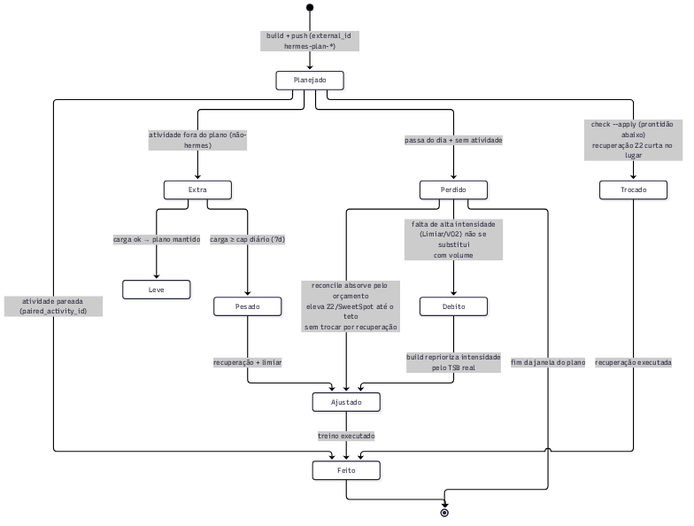
The Mermaid diagram docs/diagramas/estados.png in valdelin/Hermes-coach, before a commit. Its source is kept beside it as docs/diagramas/estados.mmd.
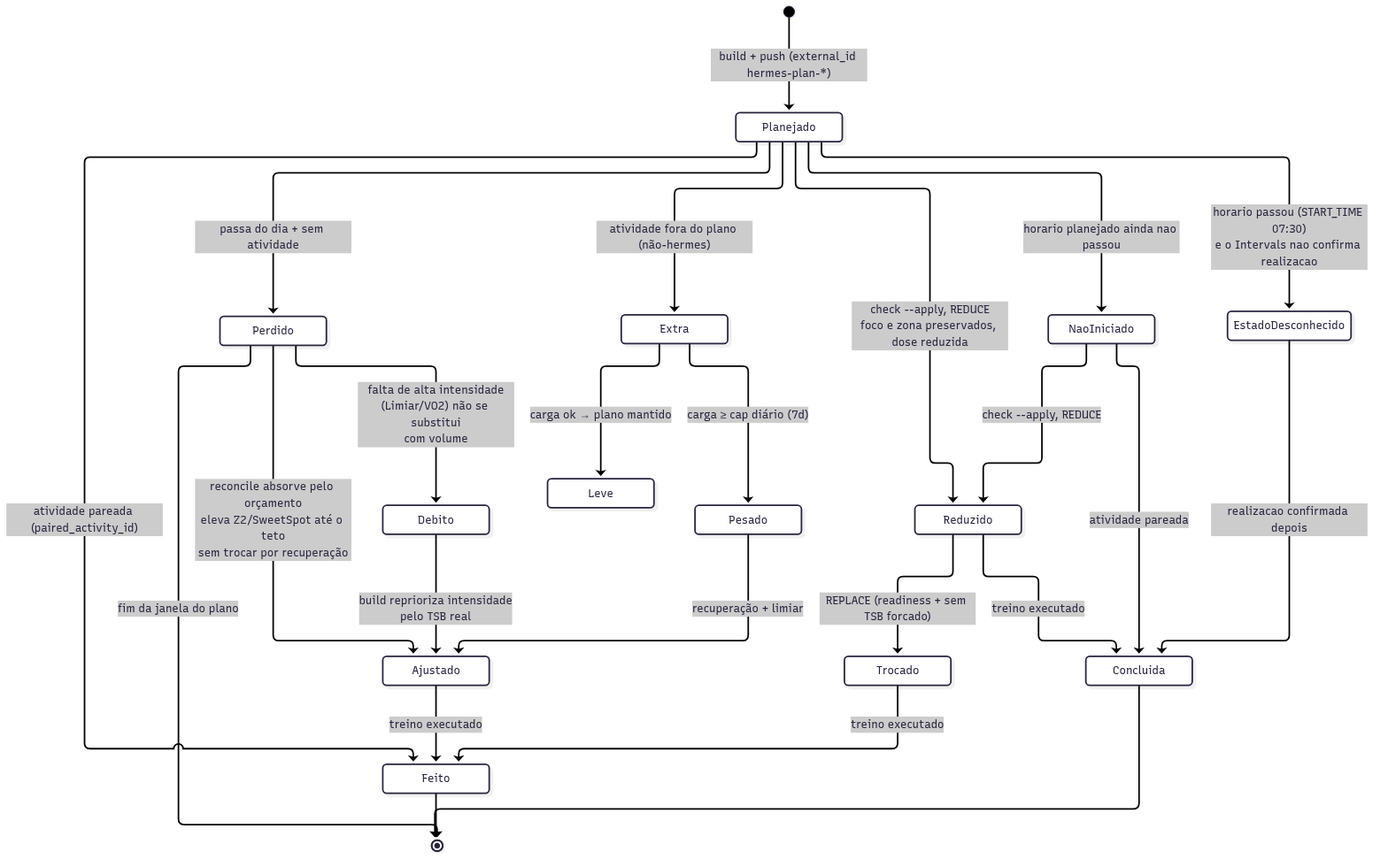
The same file after the commit.

What changed in the source:
```diff
@@ -1,16 +1,32 @@
 stateDiagram-v2
     [*] --> Planejado : build + push (external_id hermes-plan-*)
+
     Planejado --> Feito : atividade pareada (paired_activity_id)
     Planejado --> Perdido : passa do dia + sem atividade
-    Planejado --> Trocado : check --apply (prontidão abaixo)<br/>recuperação Z2 curta no lugar
+
+    Planejado --> NaoIniciado : horario planejado ainda nao passou
+    Planejado --> EstadoDesconhecido : horario passou (START_TIME 07:30)<br/>e o Intervals nao confirma realizacao
+    NaoIniciado --> Concluida : atividade pareada
+    EstadoDesconhecido --> Concluida : realizacao confirmada depois
+
+    Planejado --> Reduzido : check --apply, REDUCE<br/>foco e zona preservados, dose reduzida
+    NaoIniciado --> Reduzido : check --apply, REDUCE
+    Reduzido --> Concluida : treino executado
+
+    Reduzido --> Trocado : REPLACE (readiness + sem TSB forcado)
+
     Perdido --> Ajustado : reconcile absorve pelo orçamento<br/>eleva Z2/SweetSpot até o teto<br/>sem trocar por recuperação
     Perdido --> Debito : falta de alta intensidade<br/>(Limiar/VO2) não se substitui<br/>com volume
     Debito --> Ajustado : build reprioriza intensidade<br/>pelo TSB real
+
     Planejado --> Extra : atividade fora do plano (não-hermes)
     Extra --> Leve : carga ok → plano mantido
     Extra --> Pesado : carga ≥ cap diário (7d)
     Pesado --> Ajustado : recuperação + limiar
+
     Ajustado --> Feito : treino executado
-    Trocado --> Feito : recuperação executada
+    Trocado --> Feito : treino executado
+
     Perdido --> [*] : fim da janela do plano
     Feito --> [*]
+    Concluida --> [*]
```
